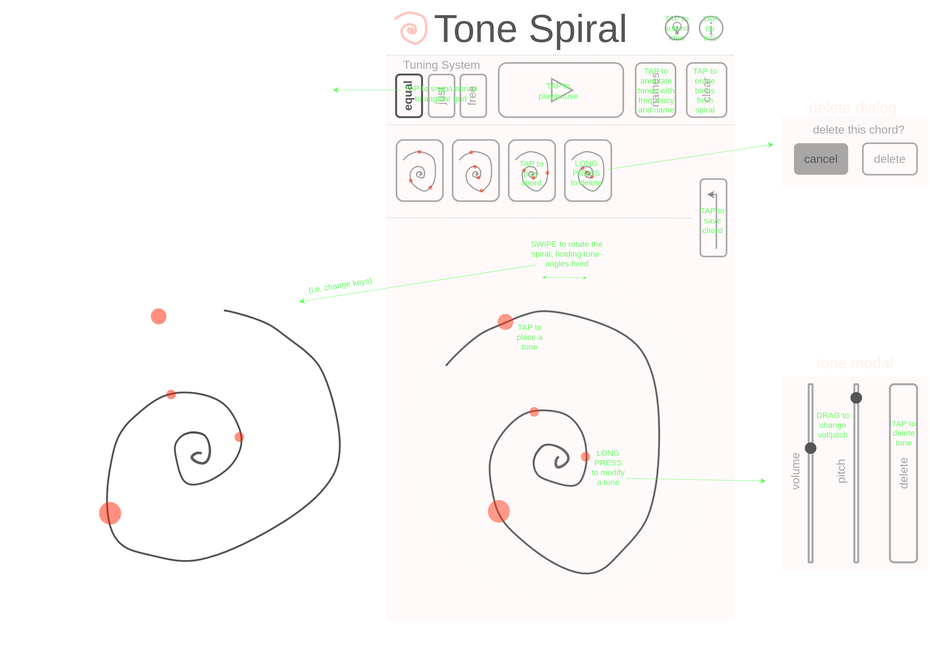
The draw.io diagram ref/wireframes.drawio.svg in mbdeaton/tone-spiral, before a commit. Source tidied: cells renumbered, new cells last; positions are measured from the earlier drawing's top-left corner, leaving out a move shared by most shapes.
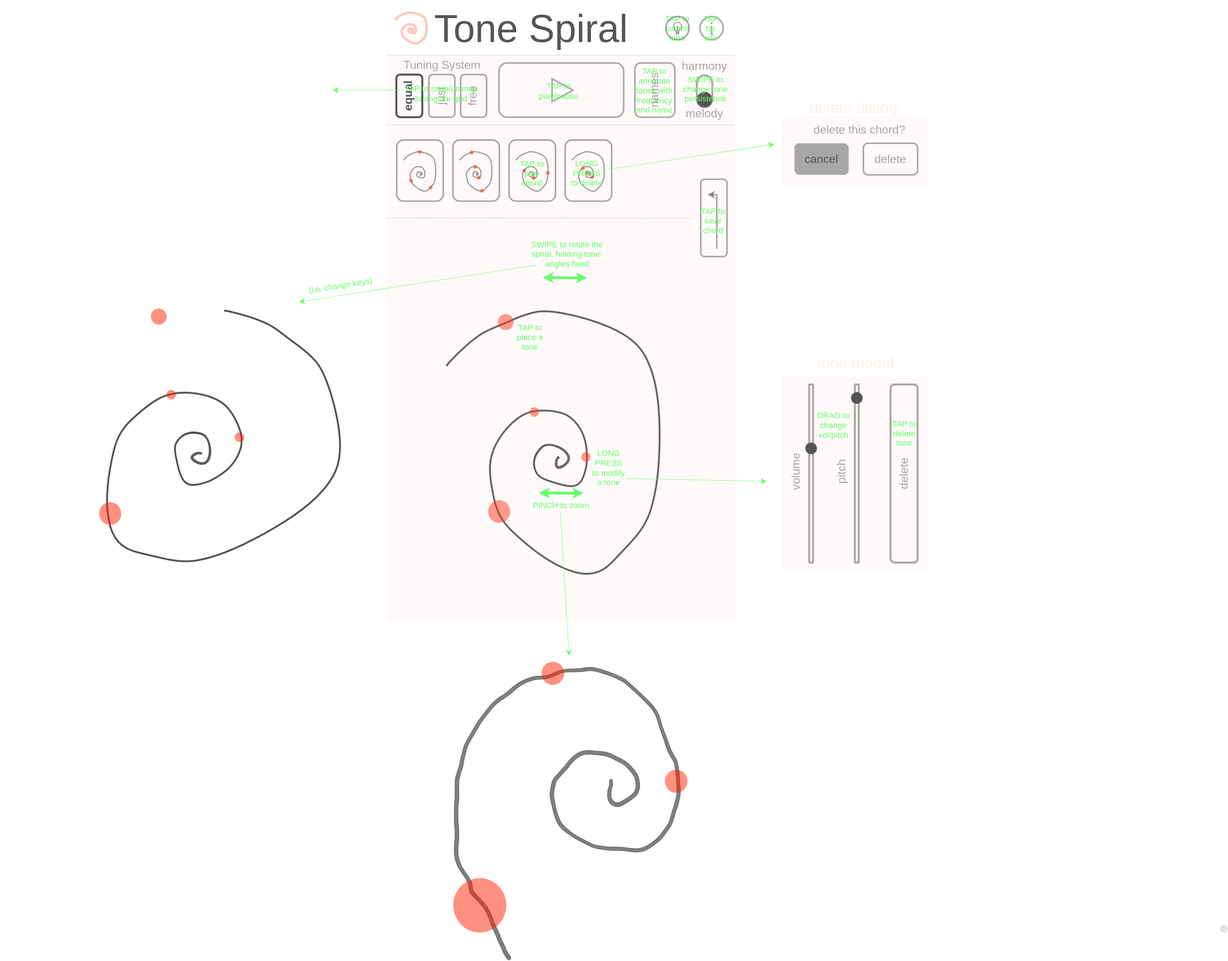
The same file after the commit.

Commit message:
Add a few more features to wireframe

Change to the diagram source:
```diff
@@ -131,24 +131,6 @@
         <mxPoint x="1778" y="140" as="targetPoint" />
       </mxGeometry>
     </mxCell>
-    <mxCell id="42" style="group;" parent="1" vertex="1">
-      <mxGeometry x="1522" y="160" width="103" height="140" as="geometry" />
-    </mxCell>
-    <mxCell id="43" style="rounded=1;whiteSpace=wrap;html=1;strokeColor=#555555;strokeWidth=4;fontFamily=Verdana;fontSize=50;fontColor=#FFFFFF;fillColor=none;opacity=50;direction=south;" parent="42" vertex="1">
-      <mxGeometry width="103" height="140" as="geometry" />
-    </mxCell>
-    <mxCell id="44" value="names" style="text;html=1;strokeColor=none;fillColor=none;align=center;verticalAlign=middle;whiteSpace=wrap;rounded=0;strokeWidth=4;fontFamily=Helvetica;fontSize=30;fontColor=#555555;rotation=270;textOpacity=50;" parent="42" vertex="1">
-      <mxGeometry y="55" width="100" height="30" as="geometry" />
-    </mxCell>
-    <mxCell id="45" style="group;" parent="1" vertex="1">
-      <mxGeometry x="1653.9" y="160" width="103" height="140" as="geometry" />
-    </mxCell>
-    <mxCell id="46" style="rounded=1;whiteSpace=wrap;html=1;strokeColor=#555555;strokeWidth=4;fontFamily=Verdana;fontSize=50;fontColor=#FFFFFF;fillColor=none;opacity=50;direction=south;" parent="45" vertex="1">
-      <mxGeometry width="103" height="140" as="geometry" />
-    </mxCell>
-    <mxCell id="47" value="clear" style="text;html=1;strokeColor=none;fillColor=none;align=center;verticalAlign=middle;whiteSpace=wrap;rounded=0;strokeWidth=4;fontFamily=Helvetica;fontSize=30;fontColor=#555555;rotation=270;textOpacity=50;" parent="45" vertex="1">
-      <mxGeometry x="1" y="55" width="100" height="30" as="geometry" />
-    </mxCell>
     <mxCell id="48" style="group;" parent="1" vertex="1">
       <mxGeometry x="1689" y="460" width="67.9" height="200" as="geometry" />
     </mxCell>
@@ -192,7 +174,7 @@
         <mxPoint x="652" y="777" as="targetPoint" />
       </mxGeometry>
     </mxCell>
-    <mxCell id="59" style="endArrow=classic;html=1;strokeWidth=1;fontSize=11;targetPerimeterSpacing=0;strokeColor=#66FF66;endFill=1;startArrow=classic;startFill=1;" parent="1" edge="1">
+    <mxCell id="59" style="endArrow=classic;html=1;strokeWidth=7;fontSize=11;targetPerimeterSpacing=0;strokeColor=#66FF66;endFill=1;startArrow=classic;startFill=1;" parent="1" edge="1">
       <mxGeometry relative="1" as="geometry">
         <mxPoint x="1395.7" y="715" as="sourcePoint" />
         <mxPoint x="1280.7" y="714" as="targetPoint" />
@@ -342,11 +324,8 @@
     <mxCell id="105" value="TAP for info" style="text;html=1;strokeColor=none;fillColor=none;align=center;verticalAlign=middle;whiteSpace=wrap;rounded=0;fontSize=21;rotation=0;fontColor=#66FF66;" parent="1" vertex="1">
       <mxGeometry x="1689" y="23" width="53.4" height="95" as="geometry" />
     </mxCell>
-    <mxCell id="106" value="TAP to erase tones from spiral" style="text;html=1;strokeColor=none;fillColor=none;align=center;verticalAlign=middle;whiteSpace=wrap;rounded=0;fontSize=21;rotation=0;fontColor=#66FF66;" parent="1" vertex="1">
-      <mxGeometry x="1654.4" y="161" width="94.6" height="139" as="geometry" />
-    </mxCell>
     <mxCell id="107" value="TAP to annotate tones with frequency and name" style="text;html=1;strokeColor=none;fillColor=none;align=center;verticalAlign=middle;whiteSpace=wrap;rounded=0;fontSize=21;rotation=0;fontColor=#66FF66;" parent="1" vertex="1">
-      <mxGeometry x="1521.6" y="161" width="107.4" height="139" as="geometry" />
+      <mxGeometry x="1516" y="161" width="107.4" height="139" as="geometry" />
     </mxCell>
     <mxCell id="108" style="group;" parent="1" vertex="1">
       <mxGeometry x="1168" y="160" width="322" height="140" as="geometry" />
@@ -494,5 +473,71 @@
         <mxPoint x="739" y="230" as="targetPoint" />
       </mxGeometry>
     </mxCell>
+    <mxCell id="141" style="shape=(stored shape, 640 characters);lineShape=1;comic=0;fillColor=#FFFFFF;opacity=10;" parent="1" vertex="1">
+      <mxGeometry x="3030.5" y="2386" width="18.7" height="18.7" as="geometry" />
+    </mxCell>
+    <mxCell id="142" style="group;" parent="1" vertex="1">
+      <mxGeometry x="949" y="1700" width="777" height="777" as="geometry" />
+    </mxCell>
+    <mxCell id="143" style="rounded=0;whiteSpace=wrap;html=1;strokeColor=none;fillColor=#FFFFFF;opacity=10;" parent="142" vertex="1">
+      <mxGeometry width="777" height="777" as="geometry" />
+    </mxCell>
+    <mxCell id="144" style="group;" parent="142" vertex="1">
+      <mxGeometry x="101" y="6" width="667" height="770" as="geometry" />
+    </mxCell>
+    <mxCell id="145" style="shape=(stored shape, 7380 characters);lineShape=1;comic=0;fillColor=#FFFFFF;opacity=50;" parent="144" vertex="1">
+      <mxGeometry x="2.1" y="14.1" width="584.5" height="755.9" as="geometry" />
+    </mxCell>
+    <mxCell id="146" style="ellipse;whiteSpace=wrap;html=1;strokeColor=none;strokeWidth=10;fontSize=21;fontColor=#66FF66;fillColor=#ff2200;opacity=50;" parent="144" vertex="1">
+      <mxGeometry y="558.6" width="136.8" height="140.3" as="geometry" />
+    </mxCell>
+    <mxCell id="147" style="ellipse;whiteSpace=wrap;html=1;strokeColor=none;strokeWidth=10;fontSize=21;fontColor=#66FF66;fillColor=#ff2200;opacity=50;" parent="144" vertex="1">
+      <mxGeometry x="546.5" y="278.6" width="58.2" height="59.7" as="geometry" />
+    </mxCell>
+    <mxCell id="148" style="ellipse;whiteSpace=wrap;html=1;strokeColor=none;strokeWidth=10;fontSize=21;fontColor=#66FF66;fillColor=#ff2200;opacity=50;" parent="144" vertex="1">
+      <mxGeometry x="228.1" width="58.2" height="59.7" as="geometry" />
+    </mxCell>
+    <mxCell id="149" value="PINCH to zoom" style="text;html=1;strokeColor=none;fillColor=none;align=center;verticalAlign=middle;whiteSpace=wrap;rounded=0;fontSize=21;rotation=0;fontColor=#66FF66;" parent="1" vertex="1">
+      <mxGeometry x="1247.2" y="1282" width="162.7" height="40.2" as="geometry" />
+    </mxCell>
+    <mxCell id="150" style="endArrow=classic;html=1;strokeWidth=7;fontSize=11;targetPerimeterSpacing=0;strokeColor=#66FF66;endFill=1;startArrow=classic;startFill=1;" parent="1" edge="1">
+      <mxGeometry relative="1" as="geometry">
+        <mxPoint x="1386" y="1271" as="sourcePoint" />
+        <mxPoint x="1271" y="1270" as="targetPoint" />
+      </mxGeometry>
+    </mxCell>
+    <mxCell id="151" style="endArrow=classic;html=1;strokeWidth=1;fontSize=11;targetPerimeterSpacing=0;endSize=12;strokeColor=#66FF66;" parent="1" edge="1">
+      <mxGeometry relative="1" as="geometry">
+        <mxPoint x="1326" y="1319.7" as="sourcePoint" />
+        <mxPoint x="1349" y="1690" as="targetPoint" />
+      </mxGeometry>
+    </mxCell>
+    <mxCell id="152" style="group;" parent="1" vertex="1">
+      <mxGeometry x="1519" y="160" width="103" height="140" as="geometry" />
+    </mxCell>
+    <mxCell id="153" style="rounded=1;whiteSpace=wrap;html=1;strokeColor=#555555;strokeWidth=4;fontFamily=Verdana;fontSize=50;fontColor=#FFFFFF;fillColor=none;opacity=50;direction=south;" parent="152" vertex="1">
+      <mxGeometry width="103" height="140" as="geometry" />
+    </mxCell>
+    <mxCell id="44" value="names" style="text;html=1;strokeColor=none;fillColor=none;align=center;verticalAlign=middle;whiteSpace=wrap;rounded=0;strokeWidth=4;fontFamily=Helvetica;fontSize=30;fontColor=#555555;rotation=270;textOpacity=50;" parent="152" vertex="1">
+      <mxGeometry y="55" width="100" height="30" as="geometry" />
+    </mxCell>
+    <mxCell id="154" value="harmony" style="text;html=1;strokeColor=none;fillColor=none;align=center;verticalAlign=middle;whiteSpace=wrap;rounded=0;strokeWidth=4;fontFamily=Helvetica;fontSize=30;fontColor=#555555;rotation=0;textOpacity=50;" parent="1" vertex="1">
+      <mxGeometry x="1636.8" y="152" width="124.2" height="30" as="geometry" />
+    </mxCell>
+    <mxCell id="155" value="melody" style="text;html=1;strokeColor=none;fillColor=none;align=center;verticalAlign=middle;whiteSpace=wrap;rounded=0;strokeWidth=4;fontFamily=Helvetica;fontSize=30;fontColor=#555555;rotation=0;textOpacity=50;" parent="1" vertex="1">
+      <mxGeometry x="1646.8" y="274.5" width="104.2" height="30" as="geometry" />
+    </mxCell>
+    <mxCell id="156" style="group;" parent="1" vertex="1">
+      <mxGeometry x="1678.9" y="192" width="40" height="82.5" as="geometry" />
+    </mxCell>
+    <mxCell id="157" style="rounded=1;whiteSpace=wrap;html=1;strokeColor=#555555;strokeWidth=5;fontSize=40;fontColor=#555555;fillColor=none;direction=south;opacity=50;arcSize=50;" parent="156" vertex="1">
+      <mxGeometry width="40" height="82.5" as="geometry" />
+    </mxCell>
+    <mxCell id="158" style="ellipse;whiteSpace=wrap;html=1;strokeColor=none;strokeWidth=5;fontSize=40;fontColor=#555555;fillColor=#555555;" parent="156" vertex="1">
+      <mxGeometry y="42.5" width="40" height="40" as="geometry" />
+    </mxCell>
+    <mxCell id="159" value="SWIPE to change tone persistence" style="text;html=1;strokeColor=none;fillColor=none;align=center;verticalAlign=middle;whiteSpace=wrap;rounded=0;fontSize=21;rotation=0;fontColor=#66FF66;" parent="1" vertex="1">
+      <mxGeometry x="1641" y="163" width="120.6" height="127" as="geometry" />
+    </mxCell>
   </root>
 </mxGraphModel>
```
